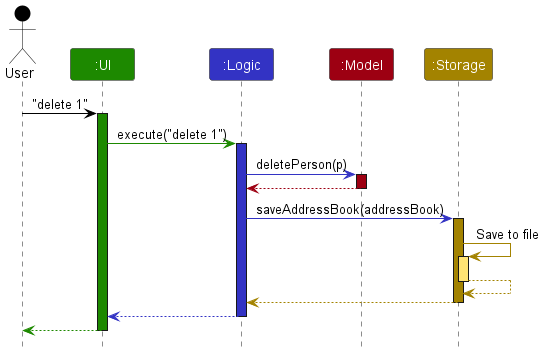
nus-cs2103-AY2324S2/tp keeps this PlantUML diagram as docs/images/ArchitectureSequenceDiagram.png. Above is the earlier version.
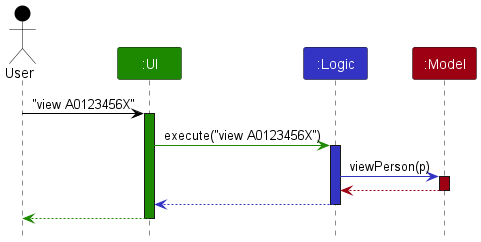
The same file after the commit.

Commit message:
Update UML diagram and the diagram in DG

Diff of the diagram source:
```diff
@@ -6,30 +6,19 @@
 Participant ":UI" as ui UI_COLOR
 Participant ":Logic" as logic LOGIC_COLOR
 Participant ":Model" as model MODEL_COLOR
-Participant ":Storage" as storage STORAGE_COLOR
 
-user -[USER_COLOR]> ui : "delete 1"
+
+user -[USER_COLOR]> ui : "view A0123456X"
 activate ui UI_COLOR
 
-ui -[UI_COLOR]> logic : execute("delete 1")
+ui -[UI_COLOR]> logic : execute("view A0123456X")
 activate logic LOGIC_COLOR
 
-logic -[LOGIC_COLOR]> model : deletePerson(p)
+logic -[LOGIC_COLOR]> model : viewPerson(p)
 activate model MODEL_COLOR
 
 model -[MODEL_COLOR]-> logic
 deactivate model
-
-logic -[LOGIC_COLOR]> storage : saveAddressBook(addressBook)
-activate storage STORAGE_COLOR
-
-storage -[STORAGE_COLOR]> storage : Save to file
-activate storage STORAGE_COLOR_T1
-storage --[STORAGE_COLOR]> storage
-deactivate storage
-
-storage --[STORAGE_COLOR]> logic
-deactivate storage
 
 logic --[LOGIC_COLOR]> ui
 deactivate logic
```
